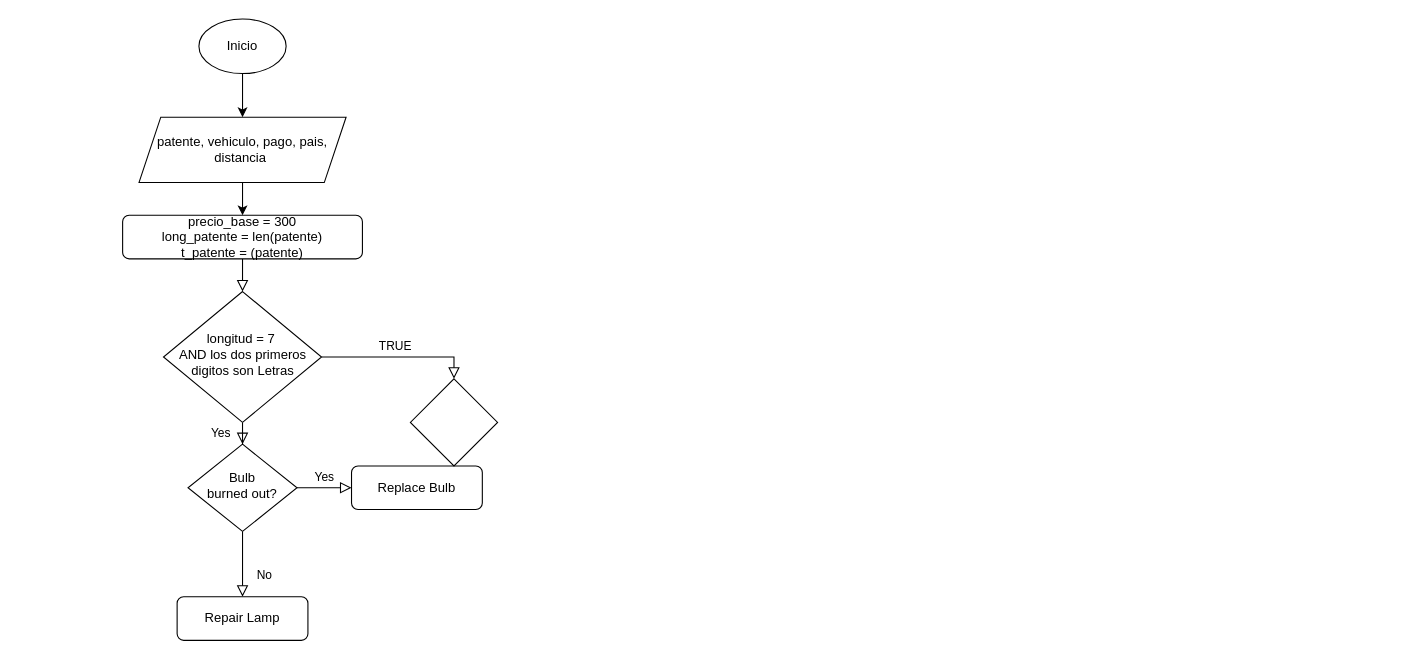
This is Diagrama TP1.drawio from natimmansilla/Ejercicios-de-AED-resolucion-, a draw.io file, before an edit. Source tidied: cells renumbered, new cells numbered last; positions are measured from the earlier drawing's top-left corner, leaving out a move shared by most shapes. Both pictures are drawn from the tidied source at 109%, with x=0, y=0 at pixel (122, 19).
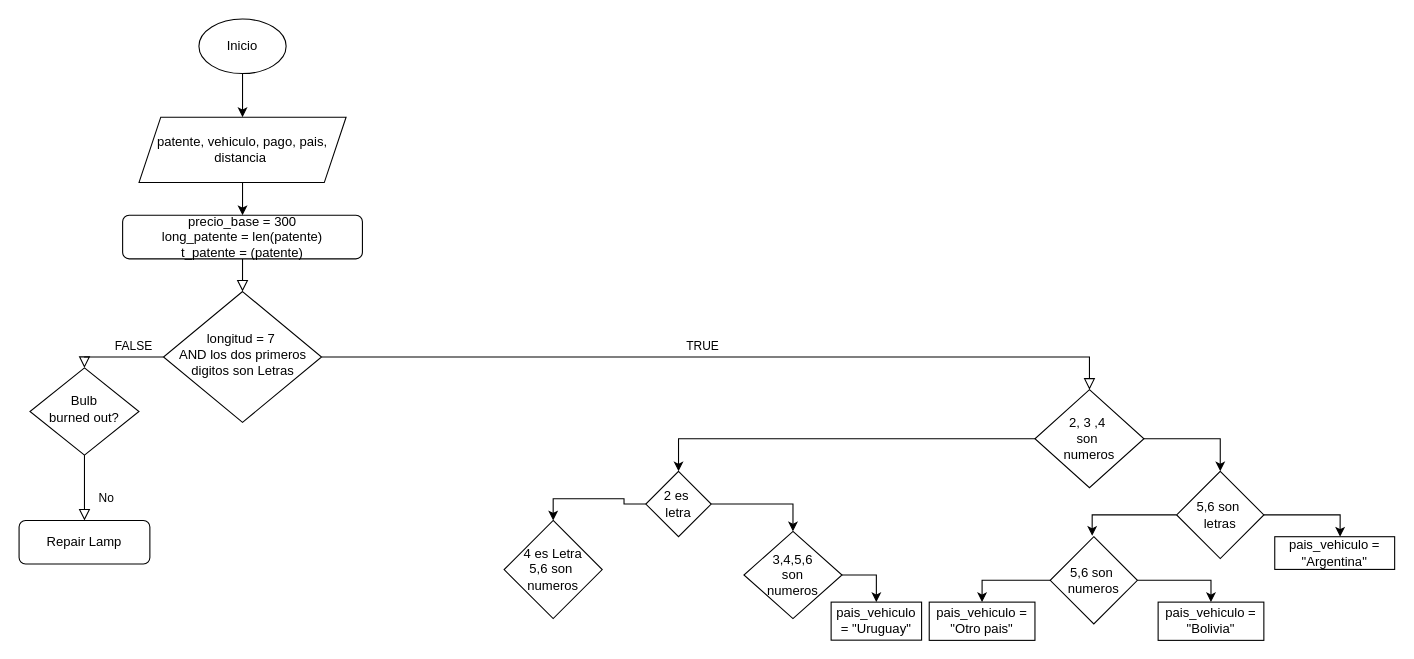
The same page after the edit.

Unchanged cells that the change refers to:
```xml
<mxCell id="6" value="longitud = 7&amp;nbsp;&lt;br&gt;AND los dos primeros digitos son Letras" style="rhombus;whiteSpace=wrap;html=1;shadow=0;fontFamily=Helvetica;fontSize=12;align=center;strokeWidth=1;spacing=6;spacingTop=-4;" parent="1" vertex="1">
  <mxGeometry x="37.5" y="250" width="145" height="120" as="geometry" />
</mxCell>
```

What changed in the source:
```diff
@@
-    <mxCell id="4" value="Yes" style="rounded=0;html=1;jettySize=auto;fontSize=11;endArrow=block;endFill=0;endSize=8;strokeWidth=1;shadow=0;labelBackgroundColor=none;edgeStyle=orthogonalEdgeStyle;" parent="1" edge="1" source="6" target="9">
-      <mxGeometry y="20" relative="1" as="geometry" />
+    <mxCell id="4" value="FALSE" style="rounded=0;html=1;jettySize=auto;fontSize=11;endArrow=block;endFill=0;endSize=8;strokeWidth=1;shadow=0;labelBackgroundColor=none;edgeStyle=orthogonalEdgeStyle;" parent="1" edge="1" source="6" target="9">
+      <mxGeometry x="-0.33" y="-10" relative="1" as="geometry">
+        <Array as="points">
+          <mxPoint x="40" y="310" />
+          <mxPoint x="40" y="310" />
+        </Array>
+      </mxGeometry>
     </mxCell>
@@
-    <mxCell id="8" value="Yes" style="edgeStyle=orthogonalEdgeStyle;rounded=0;html=1;jettySize=auto;fontSize=11;endArrow=block;endFill=0;endSize=8;strokeWidth=1;shadow=0;labelBackgroundColor=none;" parent="1" edge="1" source="9" target="11">
-      <mxGeometry y="10" relative="1" as="geometry" />
-    </mxCell>
     <mxCell id="9" value="Bulb&lt;br&gt;burned out?" style="rhombus;whiteSpace=wrap;html=1;shadow=0;fontFamily=Helvetica;fontSize=12;align=center;strokeWidth=1;spacing=6;spacingTop=-4;" parent="1" vertex="1">
-      <mxGeometry x="60" y="390" width="100" height="80" as="geometry" />
+      <mxGeometry x="-85" y="320" width="100" height="80" as="geometry" />
     </mxCell>
     <mxCell id="10" value="Repair Lamp" style="rounded=1;whiteSpace=wrap;html=1;fontSize=12;glass=0;strokeWidth=1;shadow=0;" parent="1" vertex="1">
-      <mxGeometry x="50" y="530" width="120" height="40" as="geometry" />
+      <mxGeometry x="-95" y="460" width="120" height="40" as="geometry" />
     </mxCell>
-    <mxCell id="11" value="Replace Bulb" style="rounded=1;whiteSpace=wrap;html=1;fontSize=12;glass=0;strokeWidth=1;shadow=0;" parent="1" vertex="1">
-      <mxGeometry x="210" y="410" width="120" height="40" as="geometry" />
-    </mxCell>
@@
+    <mxCell id="17" style="edgeStyle=orthogonalEdgeStyle;rounded=0;jettySize=auto;html=1;entryX=0.5;entryY=0;entryDx=0;entryDy=0;exitX=1;exitY=0.5;exitDx=0;exitDy=0;" parent="1" edge="1" source="16" target="21">
+      <mxGeometry relative="1" as="geometry" />
+    </mxCell>
+    <mxCell id="18" style="edgeStyle=orthogonalEdgeStyle;rounded=0;jettySize=auto;html=1;entryX=0.5;entryY=0;entryDx=0;entryDy=0;exitX=0;exitY=0.5;exitDx=0;exitDy=0;" parent="1" edge="1" source="16" target="30">
+      <mxGeometry relative="1" as="geometry" />
+    </mxCell>
-    <mxCell id="16" style="rhombus;whiteSpace=wrap;html=1;" parent="1" vertex="1">
-      <mxGeometry x="264" y="330" width="80" height="80" as="geometry" />
+    <mxCell id="16" value="2, 3 ,4&amp;nbsp;&lt;br&gt;son&amp;nbsp;&lt;br&gt;numeros" style="rhombus;whiteSpace=wrap;html=1;" parent="1" vertex="1">
+      <mxGeometry x="837" y="340" width="100" height="90" as="geometry" />
     </mxCell>
+    <mxCell id="19" style="edgeStyle=orthogonalEdgeStyle;rounded=0;jettySize=auto;html=1;exitX=1;exitY=0.5;exitDx=0;exitDy=0;entryX=0.545;entryY=0;entryDx=0;entryDy=0;entryPerimeter=0;" parent="1" edge="1" source="21" target="22">
+      <mxGeometry relative="1" as="geometry" />
+    </mxCell>
+    <mxCell id="20" style="edgeStyle=orthogonalEdgeStyle;rounded=0;jettySize=auto;html=1;exitX=0;exitY=0.5;exitDx=0;exitDy=0;entryX=0.481;entryY=-0.01;entryDx=0;entryDy=0;entryPerimeter=0;" parent="1" edge="1" source="21" target="25">
+      <mxGeometry relative="1" as="geometry" />
+    </mxCell>
+    <mxCell id="21" value="5,6 son&amp;nbsp;&lt;br&gt;letras" style="rhombus;whiteSpace=wrap;html=1;" parent="1" vertex="1">
+      <mxGeometry x="967" y="414.9" width="80" height="80" as="geometry" />
+    </mxCell>
+    <mxCell id="22" value="pais_vehiculo = &quot;Argentina&quot;" style="rounded=0;whiteSpace=wrap;html=1;" parent="1" vertex="1">
+      <mxGeometry x="1057" y="474.9" width="110" height="30" as="geometry" />
+    </mxCell>
+    <mxCell id="23" style="edgeStyle=orthogonalEdgeStyle;rounded=0;jettySize=auto;html=1;exitX=1;exitY=0.5;exitDx=0;exitDy=0;entryX=0.5;entryY=0;entryDx=0;entryDy=0;" parent="1" edge="1" source="25" target="26">
+      <mxGeometry relative="1" as="geometry" />
+    </mxCell>
+    <mxCell id="24" style="edgeStyle=orthogonalEdgeStyle;rounded=0;jettySize=auto;html=1;exitX=0;exitY=0.5;exitDx=0;exitDy=0;entryX=0.5;entryY=0;entryDx=0;entryDy=0;" parent="1" edge="1" source="25" target="27">
+      <mxGeometry relative="1" as="geometry" />
+    </mxCell>
+    <mxCell id="25" value="5,6 son&amp;nbsp;&lt;br&gt;numeros" style="rhombus;whiteSpace=wrap;html=1;" parent="1" vertex="1">
+      <mxGeometry x="851" y="474.9" width="80" height="80" as="geometry" />
+    </mxCell>
+    <mxCell id="26" value="pais_vehiculo = &quot;Bolivia&quot;" style="rounded=0;whiteSpace=wrap;html=1;" parent="1" vertex="1">
+      <mxGeometry x="950" y="534.9" width="97" height="35.1" as="geometry" />
+    </mxCell>
+    <mxCell id="27" value="pais_vehiculo = &quot;Otro pais&quot;" style="rounded=0;whiteSpace=wrap;html=1;" parent="1" vertex="1">
+      <mxGeometry x="740" y="534.9" width="97" height="35.1" as="geometry" />
+    </mxCell>
+    <mxCell id="28" style="edgeStyle=orthogonalEdgeStyle;rounded=0;jettySize=auto;html=1;entryX=0.5;entryY=0;entryDx=0;entryDy=0;" parent="1" edge="1" source="30" target="32">
+      <mxGeometry relative="1" as="geometry" />
+    </mxCell>
+    <mxCell id="29" style="edgeStyle=orthogonalEdgeStyle;rounded=0;jettySize=auto;html=1;exitX=0;exitY=0.5;exitDx=0;exitDy=0;entryX=0.5;entryY=0;entryDx=0;entryDy=0;" parent="1" edge="1" source="30" target="34">
+      <mxGeometry relative="1" as="geometry" />
+    </mxCell>
+    <mxCell id="30" value="2 es&amp;nbsp;&lt;br&gt;letra" style="rhombus;whiteSpace=wrap;html=1;" parent="1" vertex="1">
+      <mxGeometry x="480" y="414.9" width="60" height="60" as="geometry" />
+    </mxCell>
+    <mxCell id="31" style="edgeStyle=orthogonalEdgeStyle;rounded=0;jettySize=auto;html=1;exitX=1;exitY=0.5;exitDx=0;exitDy=0;entryX=0.5;entryY=0;entryDx=0;entryDy=0;" parent="1" edge="1" source="32" target="33">
+      <mxGeometry relative="1" as="geometry" />
+    </mxCell>
+    <mxCell id="32" value="3,4,5,6&lt;br&gt;son &lt;br&gt;numeros" style="rhombus;whiteSpace=wrap;html=1;" parent="1" vertex="1">
+      <mxGeometry x="570" y="470" width="90" height="80" as="geometry" />
+    </mxCell>
+    <mxCell id="33" value="pais_vehiculo = &quot;Uruguay&quot;" style="rounded=0;whiteSpace=wrap;html=1;" parent="1" vertex="1">
+      <mxGeometry x="650" y="534.9" width="83" height="34.9" as="geometry" />
+    </mxCell>
+    <mxCell id="34" value="4 es Letra&lt;br&gt;5,6 son&amp;nbsp;&lt;br&gt;numeros" style="rhombus;whiteSpace=wrap;html=1;" parent="1" vertex="1">
+      <mxGeometry x="350" y="460" width="90" height="90" as="geometry" />
+    </mxCell>
```
